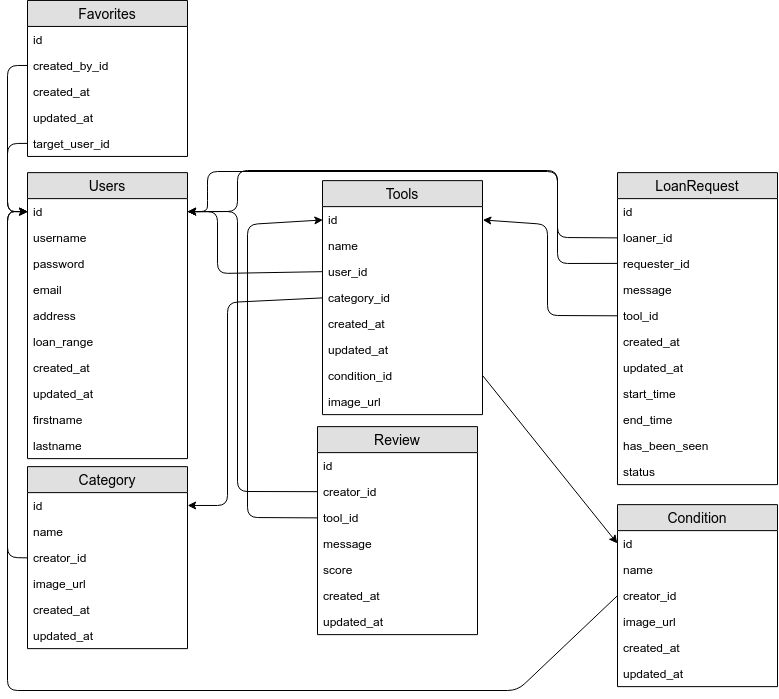
use-my-tools-build-week/backend keeps this draw.io diagram as db_diagram.png. Above is the earlier version. Source tidied: cells renumbered, new cells last; positions are measured from the earlier drawing's top-left corner, leaving out a move shared by most shapes.
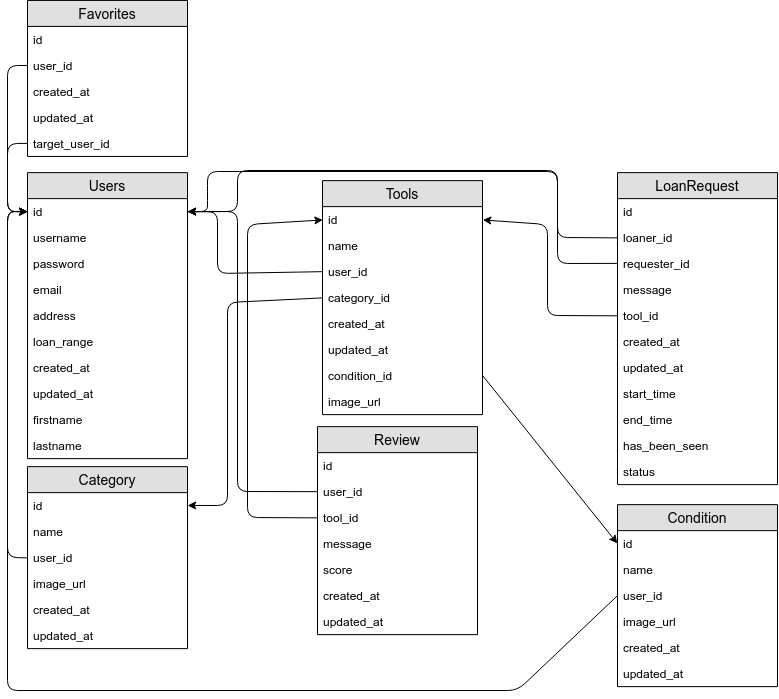
The same file after the commit.

What changed in the source:
```diff
@@ -104,7 +104,7 @@
     <mxCell id="35" value="id" style="text;strokeColor=none;fillColor=none;spacingLeft=4;spacingRight=4;overflow=hidden;fontSize=12;" parent="34" vertex="1">
       <mxGeometry y="26" width="160" height="26" as="geometry" />
     </mxCell>
-    <mxCell id="36" value="creator_id" style="text;strokeColor=none;fillColor=none;spacingLeft=4;spacingRight=4;overflow=hidden;points=[[0,0.5],[1,0.5]];portConstraint=eastwest;fontSize=12;" parent="34" vertex="1">
+    <mxCell id="36" value="user_id" style="text;strokeColor=none;fillColor=none;spacingLeft=4;spacingRight=4;overflow=hidden;points=[[0,0.5],[1,0.5]];portConstraint=eastwest;fontSize=12;" parent="34" vertex="1">
       <mxGeometry y="52" width="160" height="26" as="geometry" />
     </mxCell>
     <mxCell id="37" value="tool_id" style="text;strokeColor=none;fillColor=none;spacingLeft=4;spacingRight=4;overflow=hidden;points=[[0,0.5],[1,0.5]];portConstraint=eastwest;fontSize=12;" parent="34" vertex="1">
@@ -176,7 +176,7 @@
     <mxCell id="49" value="name" style="text;strokeColor=none;fillColor=none;spacingLeft=4;spacingRight=4;overflow=hidden;fontSize=12;" parent="47" vertex="1">
       <mxGeometry y="52" width="160" height="26" as="geometry" />
     </mxCell>
-    <mxCell id="50" value="creator_id&#10;" style="text;strokeColor=none;fillColor=none;spacingLeft=4;spacingRight=4;overflow=hidden;points=[[0,0.5],[1,0.5]];portConstraint=eastwest;fontSize=12;" parent="47" vertex="1">
+    <mxCell id="50" value="user_id&#10;" style="text;strokeColor=none;fillColor=none;spacingLeft=4;spacingRight=4;overflow=hidden;points=[[0,0.5],[1,0.5]];portConstraint=eastwest;fontSize=12;" parent="47" vertex="1">
       <mxGeometry y="78" width="160" height="26" as="geometry" />
     </mxCell>
     <mxCell id="51" value="image_url" style="text;strokeColor=none;fillColor=none;spacingLeft=4;spacingRight=4;overflow=hidden;fontSize=12;" parent="47" vertex="1">
@@ -221,7 +221,7 @@
     <mxCell id="59" value="name" style="text;strokeColor=none;fillColor=none;spacingLeft=4;spacingRight=4;overflow=hidden;fontSize=12;" parent="57" vertex="1">
       <mxGeometry y="52" width="160" height="26" as="geometry" />
     </mxCell>
-    <mxCell id="60" value="creator_id" style="text;strokeColor=none;fillColor=none;spacingLeft=4;spacingRight=4;overflow=hidden;points=[[0,0.5],[1,0.5]];portConstraint=eastwest;fontSize=12;" parent="57" vertex="1">
+    <mxCell id="60" value="user_id" style="text;strokeColor=none;fillColor=none;spacingLeft=4;spacingRight=4;overflow=hidden;points=[[0,0.5],[1,0.5]];portConstraint=eastwest;fontSize=12;" parent="57" vertex="1">
       <mxGeometry y="78" width="160" height="26" as="geometry" />
     </mxCell>
     <mxCell id="61" value="image_url" style="text;strokeColor=none;fillColor=none;spacingLeft=4;spacingRight=4;overflow=hidden;fontSize=12;" parent="57" vertex="1">
@@ -251,7 +251,7 @@
     <mxCell id="67" value="id" style="text;strokeColor=none;fillColor=none;spacingLeft=4;spacingRight=4;overflow=hidden;fontSize=12;" parent="66" vertex="1">
       <mxGeometry y="26" width="160" height="26" as="geometry" />
     </mxCell>
-    <mxCell id="68" value="created_by_id" style="text;strokeColor=none;fillColor=none;spacingLeft=4;spacingRight=4;overflow=hidden;points=[[0,0.5],[1,0.5]];portConstraint=eastwest;fontSize=12;" parent="66" vertex="1">
+    <mxCell id="68" value="user_id" style="text;strokeColor=none;fillColor=none;spacingLeft=4;spacingRight=4;overflow=hidden;points=[[0,0.5],[1,0.5]];portConstraint=eastwest;fontSize=12;" parent="66" vertex="1">
       <mxGeometry y="52" width="160" height="26" as="geometry" />
     </mxCell>
     <mxCell id="69" value="created_at" style="text;strokeColor=none;fillColor=none;spacingLeft=4;spacingRight=4;overflow=hidden;fontSize=12;" parent="66" vertex="1">
```
